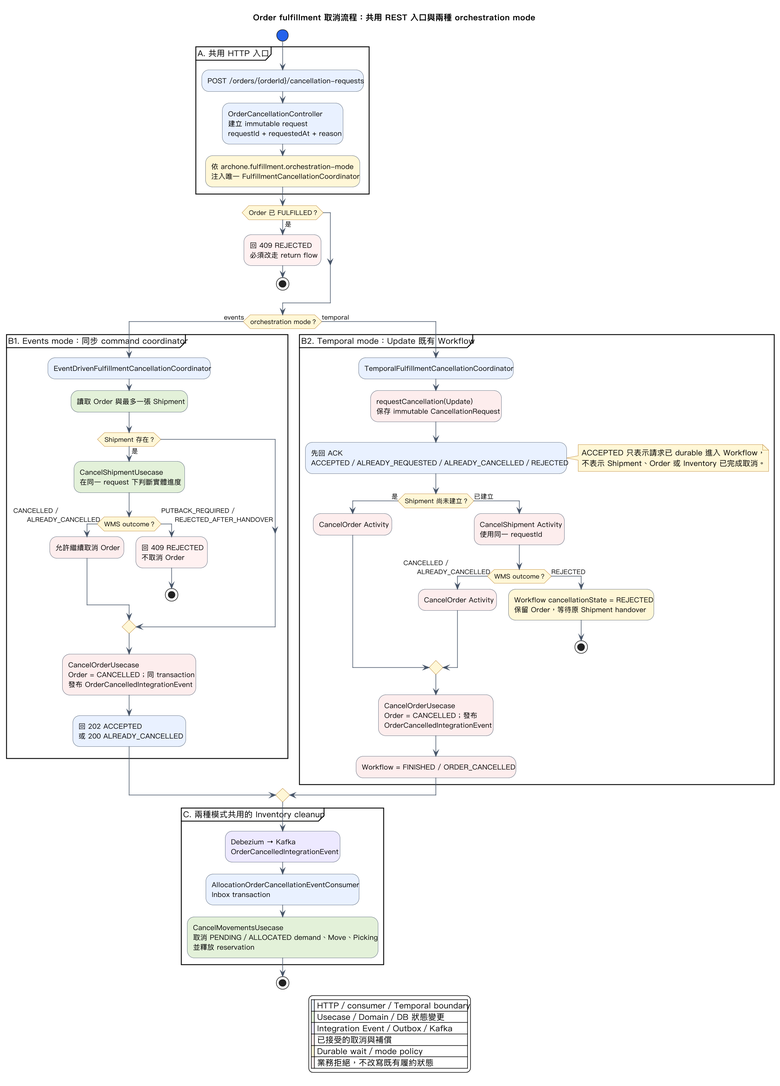
Earlier version of the PlantUML export docs/order-fulfillment-process-cancellation-flow.png (zhjiangexe/order-allocation-arch-demo).
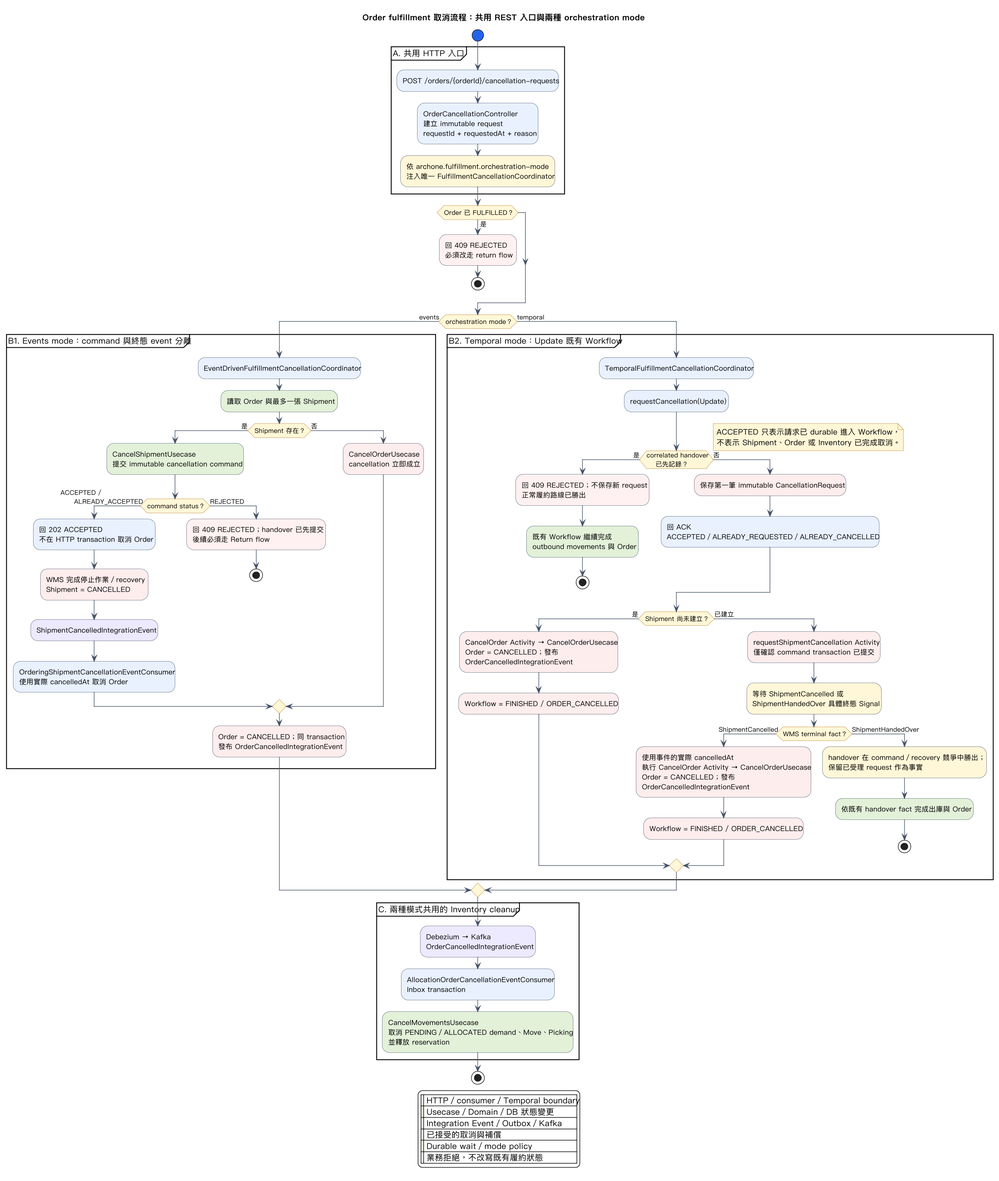
The same diagram one commit later.

Change to the diagram source:
```diff
@@ -33,35 +33,50 @@
 endif
 
 if (orchestration mode？) then (events)
-  partition "B1. Events mode：同步 command coordinator" {
+  partition "B1. Events mode：command 與終態 event 分離" {
     :EventDrivenFulfillmentCancellationCoordinator; <<#E8F1FF>>
     :讀取 Order 與最多一張 Shipment; <<#E2F0D9>>
     if (Shipment 存在？) then (是)
       :CancelShipmentUsecase
-      在同一 request 下判斷實體進度; <<#E2F0D9>>
-      if (WMS outcome？) then (CANCELLED /
-      ALREADY_CANCELLED)
-        :允許繼續取消 Order; <<#FDECEC>>
-      else (PUTBACK_REQUIRED /
-      REJECTED_AFTER_HANDOVER)
-        :回 409 REJECTED
-        不取消 Order; <<#FFF0F0>>
+      提交 immutable cancellation command; <<#E2F0D9>>
+      if (command status？) then (ACCEPTED /
+      ALREADY_ACCEPTED)
+        :回 202 ACCEPTED
+        不在 HTTP transaction 取消 Order; <<#E8F1FF>>
+        :WMS 完成停止作業／recovery
+        Shipment = CANCELLED; <<#FDECEC>>
+        :ShipmentCancelledIntegrationEvent; <<#EDE9FE>>
+        :OrderingShipmentCancellationEventConsumer
+        使用實際 cancelledAt 取消 Order; <<#E8F1FF>>
+      else (REJECTED)
+        :回 409 REJECTED；handover 已先提交
+        後續必須走 Return flow; <<#FFF0F0>>
         stop
       endif
+    else (否)
+      :CancelOrderUsecase
+      cancellation 立即成立; <<#FDECEC>>
     endif
-    :CancelOrderUsecase
-    Order = CANCELLED；同 transaction
+    :Order = CANCELLED；同 transaction
     發布 OrderCancelledIntegrationEvent; <<#FDECEC>>
-    :回 202 ACCEPTED
-    或 200 ALREADY_CANCELLED; <<#E8F1FF>>
   }
 else (temporal)
   partition "B2. Temporal mode：Update 既有 Workflow" {
     :TemporalFulfillmentCancellationCoordinator; <<#E8F1FF>>
-    :requestCancellation(Update)
-    保存 immutable CancellationRequest; <<#FDECEC>>
-    :先回 ACK
-    ACCEPTED／ALREADY_REQUESTED／ALREADY_CANCELLED／REJECTED; <<#E8F1FF>>
+    :requestCancellation(Update); <<#E8F1FF>>
+
+    if (correlated handover
+    已先記錄？) then (是)
+      :回 409 REJECTED；不保存新 request
+      正常履約路線已勝出; <<#FFF0F0>>
+      :既有 Workflow 繼續完成
+      outbound movements 與 Order; <<#E2F0D9>>
+      stop
+    else (否)
+      :保存第一筆 immutable CancellationRequest; <<#FDECEC>>
+      :回 ACK
+      ACCEPTED／ALREADY_REQUESTED／ALREADY_CANCELLED; <<#E8F1FF>>
+    endif
 
     note right
       ACCEPTED 只表示請求已 durable 進入 Workflow，
@@ -69,24 +84,28 @@
     end note
 
     if (Shipment 尚未建立？) then (是)
-      :CancelOrder Activity; <<#FDECEC>>
+      :CancelOrder Activity → CancelOrderUsecase
+      Order = CANCELLED；發布
+      OrderCancelledIntegrationEvent; <<#FDECEC>>
+      :Workflow = FINISHED / ORDER_CANCELLED; <<#FDECEC>>
     else (已建立)
-      :CancelShipment Activity
-      使用同一 requestId; <<#FDECEC>>
-      if (WMS outcome？) then (CANCELLED /
-      ALREADY_CANCELLED)
-        :CancelOrder Activity; <<#FDECEC>>
-      else (REJECTED)
-        :Workflow cancellationState = REJECTED
-        保留 Order，等待原 Shipment handover; <<#FFF7D6>>
+      :requestShipmentCancellation Activity
+      僅確認 command transaction 已提交; <<#FDECEC>>
+      :等待 ShipmentCancelled 或
+      ShipmentHandedOver 具體終態 Signal; <<#FFF7D6>>
+      if (WMS terminal fact？) then (ShipmentCancelled)
+        :使用事件的實際 cancelledAt
+        執行 CancelOrder Activity → CancelOrderUsecase
+        Order = CANCELLED；發布
+        OrderCancelledIntegrationEvent; <<#FDECEC>>
+        :Workflow = FINISHED / ORDER_CANCELLED; <<#FDECEC>>
+      else (ShipmentHandedOver)
+        :handover 在 command／recovery 競爭中勝出；
+        保留已受理 request 作為事實; <<#FFF7D6>>
+        :依既有 handover fact 完成出庫與 Order; <<#E2F0D9>>
         stop
       endif
     endif
-
-    :CancelOrderUsecase
-    Order = CANCELLED；發布
-    OrderCancelledIntegrationEvent; <<#FDECEC>>
-    :Workflow = FINISHED / ORDER_CANCELLED; <<#FDECEC>>
   }
 endif
 
```
